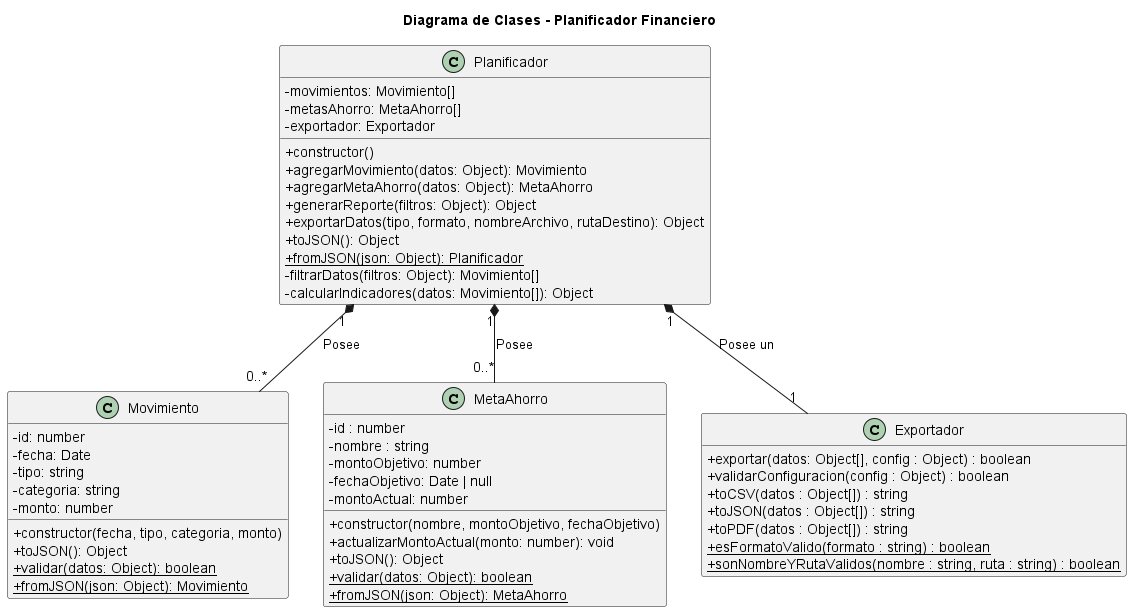
The PlantUML diagram docs/04-diagramas/02-diagrama-de-clases/diagrama-clases.png in fioremos/simulador-planificacion-financiera, before a commit. The source it was exported from:
```plantuml
@startuml DiagramaClasesPlanificadorFinanciero
skinparam classAttributeIconSize 0
hide empty members
title Diagrama de Clases - Planificador Financiero


class Movimiento {
  - id: number
  - fecha: Date
  - tipo: string
  - categoria: string
  - monto: number
  + constructor(fecha, tipo, categoria, monto)
  + toJSON(): Object
  + {static} validar(datos: Object): boolean
  + {static} fromJSON(json: Object): Movimiento
}
class MetaAhorro {
    - id : number
    - nombre : string
    - montoObjetivo: number
    - fechaObjetivo: Date | null
    - montoActual: number
    + constructor(nombre, montoObjetivo, fechaObjetivo)
    + actualizarMontoActual(monto: number): void
    + toJSON(): Object
    + {static} validar(datos: Object): boolean
    + {static} fromJSON(json: Object): MetaAhorro
}
class Exportador {
    + exportar(datos: Object[], config : Object) : boolean
    + validarConfiguracion(config : Object) : boolean
    + toCSV(datos : Object[]) : string
    + toJSON(datos : Object[]) : string
    + toPDF(datos : Object[]) : string
    + {static} esFormatoValido(formato : string) : boolean
    + {static} sonNombreYRutaValidos(nombre : string, ruta : string) : boolean
}

class Planificador{
    - movimientos: Movimiento[]
    - metasAhorro: MetaAhorro[]
    - exportador: Exportador
    + constructor()
    + agregarMovimiento(datos: Object): Movimiento
    + agregarMetaAhorro(datos: Object): MetaAhorro
    + generarReporte(filtros: Object): Object
    + exportarDatos(tipo, formato, nombreArchivo, rutaDestino): Object
    + toJSON(): Object
    + {static} fromJSON(json: Object): Planificador
    - filtrarDatos(filtros: Object): Movimiento[]
    - calcularIndicadores(datos: Movimiento[]): Object
}

Planificador "1" *-- "0..*" Movimiento : Posee

Planificador "1" *-- "0..*" MetaAhorro : Posee

Planificador "1" *-- "1" Exportador : Posee un

@enduml
```
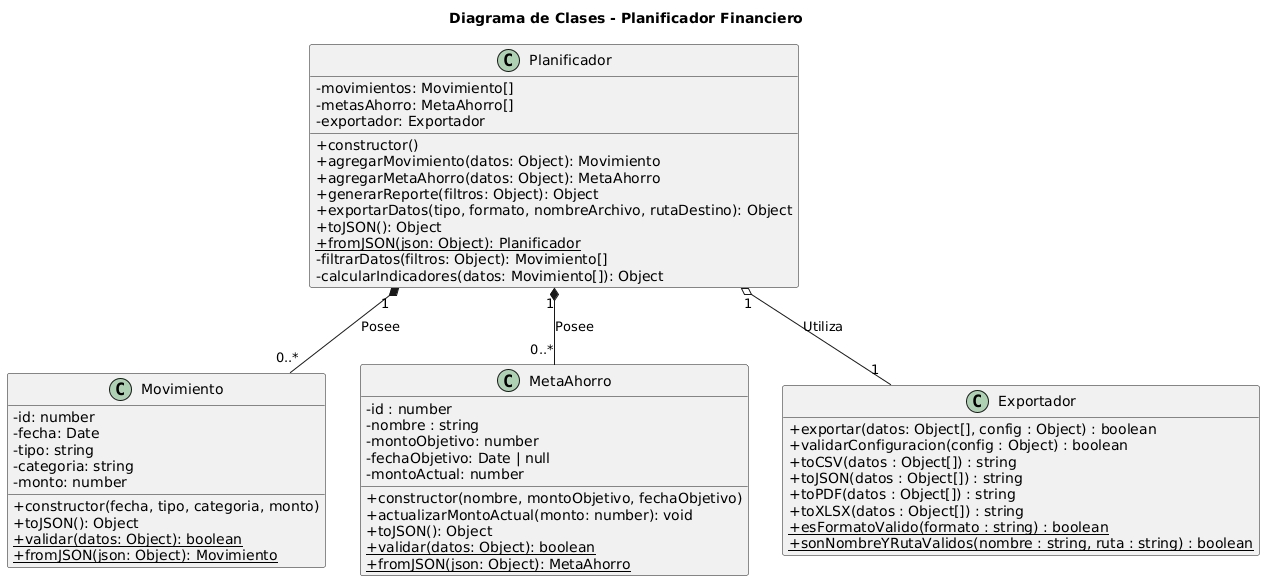
Above is the later version.

What changed in the source:
```diff
@@ -1,4 +1,4 @@
-@startuml DiagramaClasesPlanificadorFinanciero
+@startuml
 skinparam classAttributeIconSize 0
 hide empty members
 title Diagrama de Clases - Planificador Financiero
@@ -33,6 +33,7 @@
     + toCSV(datos : Object[]) : string
     + toJSON(datos : Object[]) : string
     + toPDF(datos : Object[]) : string
+    + toXLSX(datos : Object[]) : string
     + {static} esFormatoValido(formato : string) : boolean
     + {static} sonNombreYRutaValidos(nombre : string, ruta : string) : boolean
 }
@@ -56,6 +57,5 @@
 
 Planificador "1" *-- "0..*" MetaAhorro : Posee
 
-Planificador "1" *-- "1" Exportador : Posee un
-
+Planificador "1" o-- "1" Exportador : Utiliza
 @enduml
```
